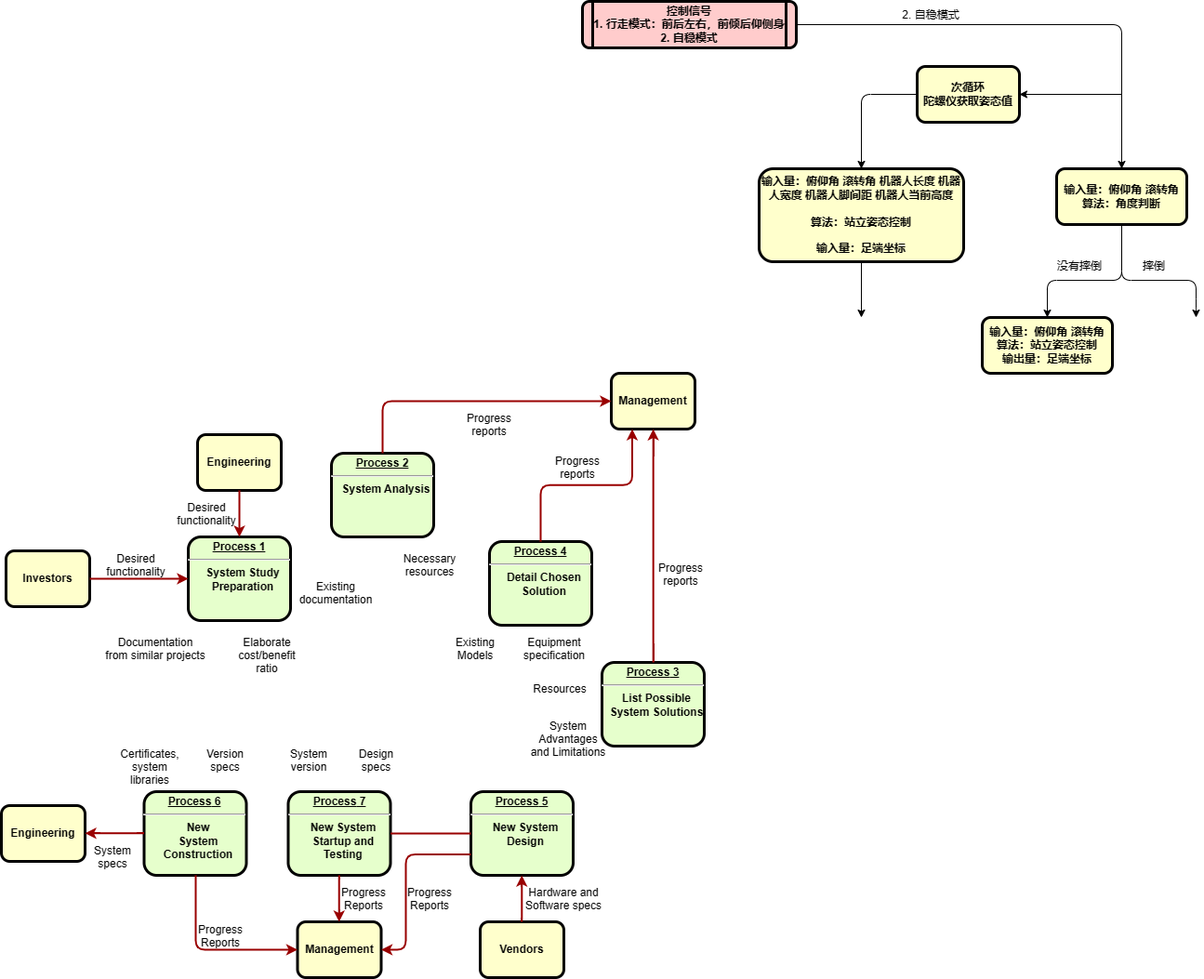
Before: 机器人总体流程.drawio.png, a diagram exported from draw.io (KAZAMA-DREAM/picture). Source tidied: cells renumbered, new cells last; positions are measured from the earlier drawing's top-left corner, leaving out a move shared by most shapes.
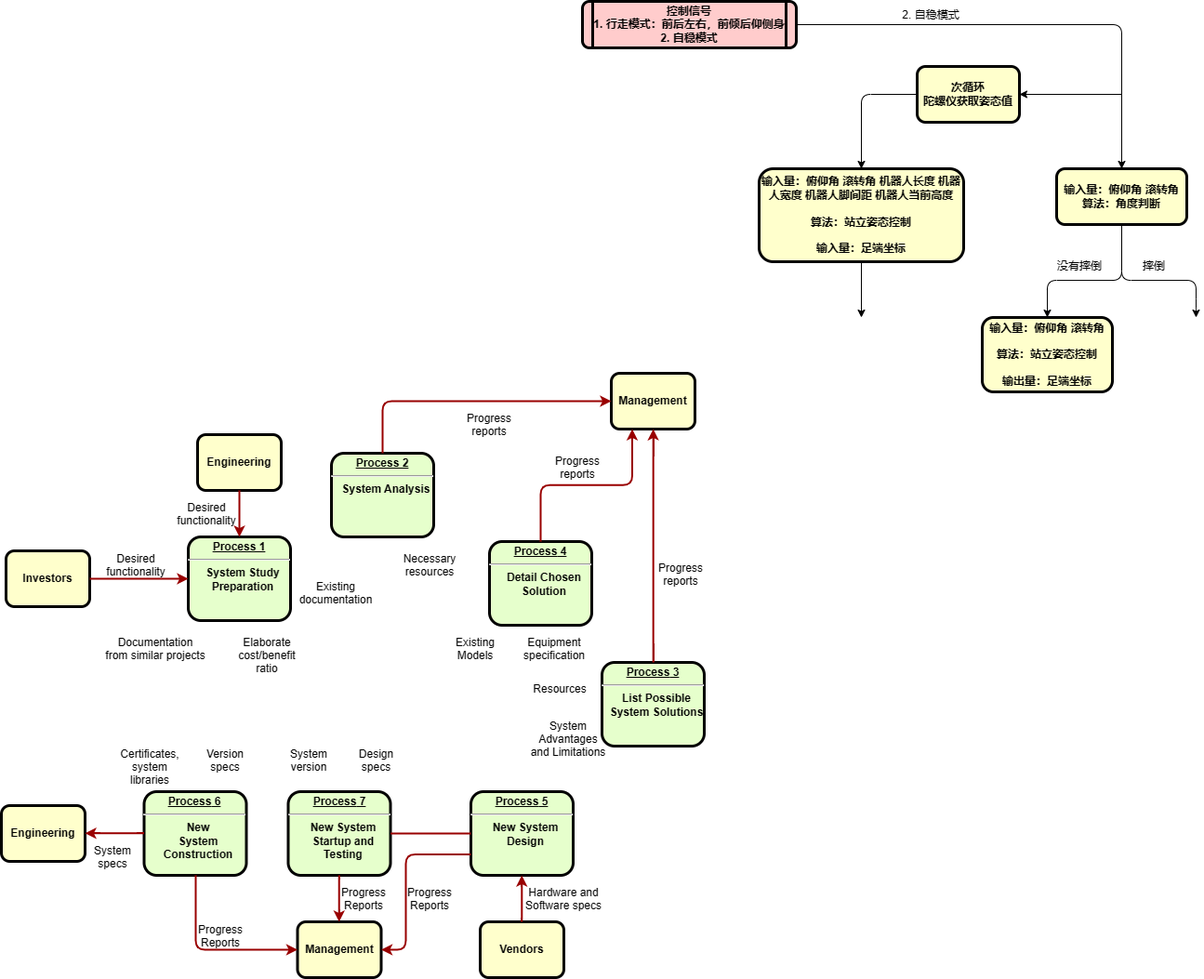
Above is the later version.

Commit message:
更新机器人总体流程.drawio.png

Diff of the diagram source:
```diff
@@ -212,8 +212,8 @@
     <mxCell id="60" value="摔倒" style="text;html=1;strokeColor=none;fillColor=none;align=center;verticalAlign=middle;whiteSpace=wrap;rounded=0;" parent="1" vertex="1">
       <mxGeometry x="1205" y="270" width="70" height="30" as="geometry" />
     </mxCell>
-    <mxCell id="61" value="输入量：俯仰角 滚转角&#10;算法：站立姿态控制&#10;输出量：足端坐标" style="whiteSpace=wrap;align=center;verticalAlign=middle;fontStyle=1;strokeWidth=3;fillColor=#FFFFCC;rounded=1;" parent="1" vertex="1">
-      <mxGeometry x="1055" y="340" width="140" height="60" as="geometry" />
+    <mxCell id="61" value="输入量：俯仰角 滚转角&#10;&#10;算法：站立姿态控制&#10;&#10;输出量：足端坐标" style="whiteSpace=wrap;align=center;verticalAlign=middle;fontStyle=1;strokeWidth=3;fillColor=#FFFFCC;rounded=1;" parent="1" vertex="1">
+      <mxGeometry x="1055" y="340" width="140" height="80" as="geometry" />
     </mxCell>
   </root>
 </mxGraphModel>
```
